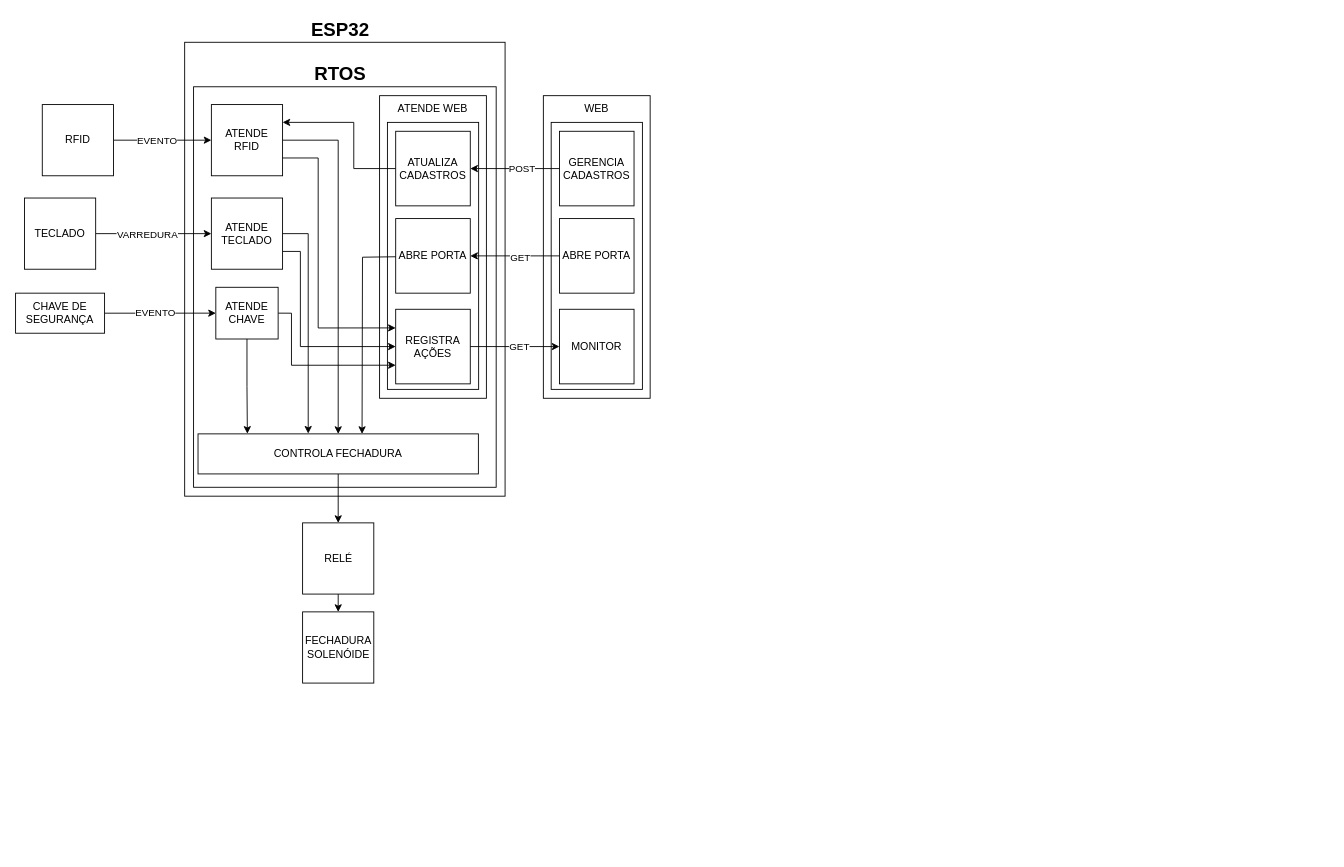
Earlier version of the draw.io diagram Projeto/diagrama_de_relacoes_hw-sw.drawio (eduardo-ufmg/EEE026_SisEmbutidos). Source tidied: cells renumbered, new cells numbered last; positions are measured from the earlier drawing's top-left corner, leaving out a move shared by most shapes. Both pictures are drawn from the tidied source at 89%, with x=0, y=0 at pixel (15, 15).
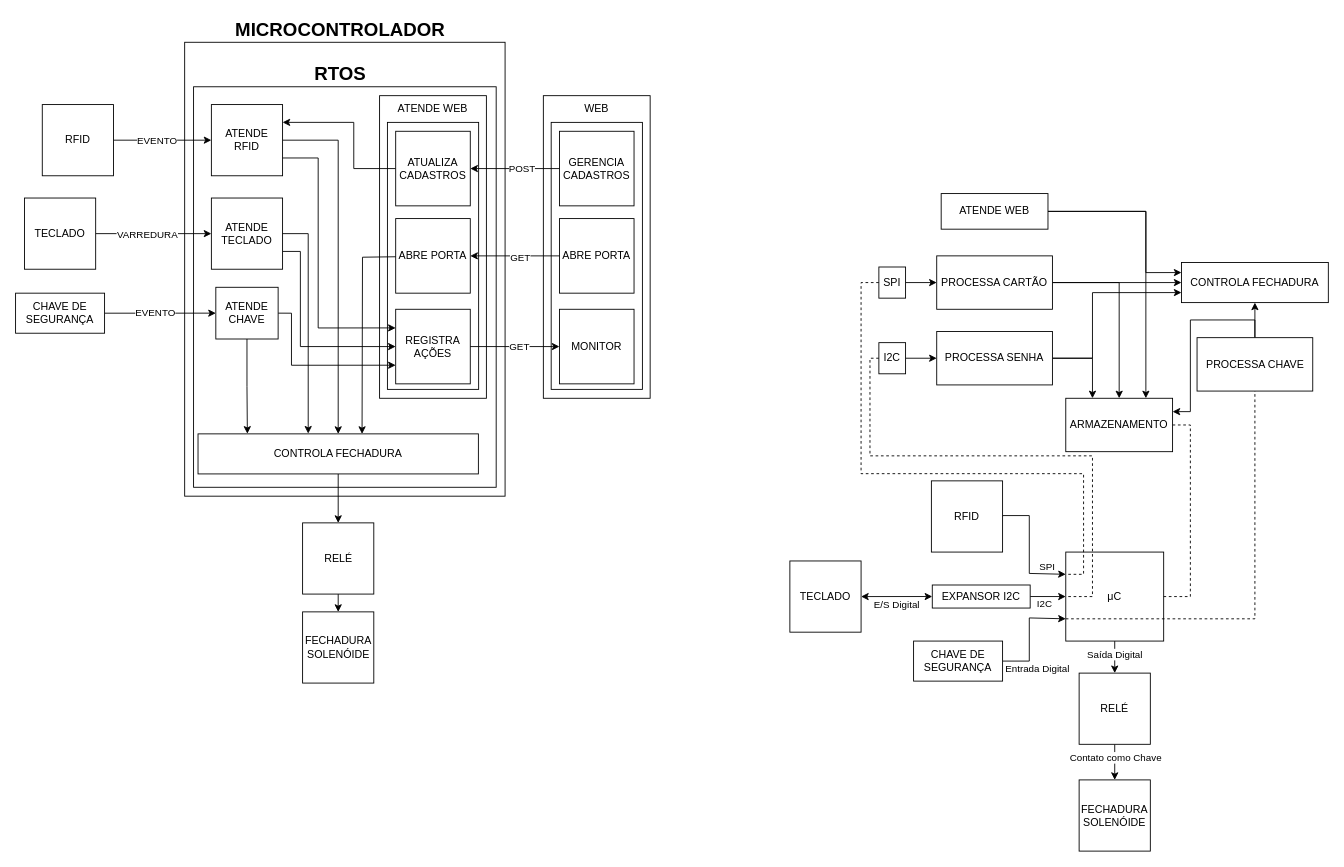
After the change.

Diff of the diagram source:
```diff
@@
-    <mxCell id="3" value="&lt;b&gt;&lt;font style=&quot;font-size: 21px;&quot;&gt;ESP32&lt;/font&gt;&lt;/b&gt;" style="text;html=1;align=center;verticalAlign=middle;whiteSpace=wrap;rounded=0;" parent="1" vertex="1">
+    <mxCell id="3" value="&lt;b&gt;&lt;font style=&quot;font-size: 21px;&quot;&gt;MICROCONTROLADOR&lt;/font&gt;&lt;/b&gt;" style="text;html=1;align=center;verticalAlign=middle;whiteSpace=wrap;rounded=0;" parent="1" vertex="1">
       <mxGeometry x="335" width="60" height="30" as="geometry" />
     </mxCell>
@@
+    <mxCell id="49" style="edgeStyle=orthogonalEdgeStyle;rounded=0;jettySize=auto;html=1;exitX=0.5;exitY=1;exitDx=0;exitDy=0;entryX=0.5;entryY=0;entryDx=0;entryDy=0;" parent="1" edge="1" source="51" target="52">
+      <mxGeometry relative="1" as="geometry" />
+    </mxCell>
+    <mxCell id="50" value="Contato como Chave" style="edgeLabel;html=1;align=center;verticalAlign=middle;rotation=0;" parent="49" vertex="1">
+      <mxGeometry x="-0.04" y="2" relative="1" as="geometry">
+        <mxPoint x="-2" y="-4" as="offset" />
+      </mxGeometry>
+    </mxCell>
+    <mxCell id="51" value="RELÉ" style="whiteSpace=wrap;html=1;rotation=0;" parent="1" vertex="1">
+      <mxGeometry x="1195" y="738.8" width="80" height="80" as="geometry" />
+    </mxCell>
+    <mxCell id="52" value="FECHADURA SOLENÓIDE" style="whiteSpace=wrap;html=1;rotation=0;" parent="1" vertex="1">
+      <mxGeometry x="1195" y="858.8" width="80" height="80" as="geometry" />
+    </mxCell>
+    <mxCell id="53" style="edgeStyle=orthogonalEdgeStyle;rounded=0;jettySize=auto;html=1;exitX=0.5;exitY=1;exitDx=0;exitDy=0;entryX=0.5;entryY=0;entryDx=0;entryDy=0;" parent="1" edge="1" source="55" target="51">
+      <mxGeometry relative="1" as="geometry" />
+    </mxCell>
+    <mxCell id="54" value="Saída Digital" style="edgeLabel;html=1;align=center;verticalAlign=middle;rotation=0;" parent="53" vertex="1">
+      <mxGeometry x="-0.07" y="-1" relative="1" as="geometry">
+        <mxPoint y="-2" as="offset" />
+      </mxGeometry>
+    </mxCell>
+    <mxCell id="55" value="&lt;span lang=&quot;pt&quot; class=&quot;BxUVEf ILfuVd&quot;&gt;&lt;span class=&quot;hgKElc&quot;&gt;μC&lt;/span&gt;&lt;/span&gt;" style="rounded=0;whiteSpace=wrap;html=1;rotation=0;" parent="1" vertex="1">
+      <mxGeometry x="1180" y="602.8" width="110" height="100" as="geometry" />
+    </mxCell>
+    <mxCell id="56" style="edgeStyle=orthogonalEdgeStyle;rounded=0;jettySize=auto;html=1;exitX=1;exitY=0.5;exitDx=0;exitDy=0;entryX=0;entryY=0.25;entryDx=0;entryDy=0;" parent="1" edge="1" source="58" target="55">
+      <mxGeometry relative="1" as="geometry">
+        <Array as="points">
+          <mxPoint x="1139" y="561.8" />
+          <mxPoint x="1139" y="626.8" />
+        </Array>
+      </mxGeometry>
+    </mxCell>
+    <mxCell id="57" value="SPI" style="edgeLabel;html=1;align=center;verticalAlign=middle;rotation=0;" parent="56" vertex="1">
+      <mxGeometry x="-0.78" relative="1" as="geometry">
+        <mxPoint x="35" y="57" as="offset" />
+      </mxGeometry>
+    </mxCell>
+    <mxCell id="58" value="RFID" style="whiteSpace=wrap;html=1;rotation=0;" parent="1" vertex="1">
+      <mxGeometry x="1029" y="522.8" width="80" height="80" as="geometry" />
+    </mxCell>
+    <mxCell id="59" style="edgeStyle=orthogonalEdgeStyle;rounded=0;jettySize=auto;html=1;exitX=1;exitY=0.5;exitDx=0;exitDy=0;entryX=0;entryY=0.75;entryDx=0;entryDy=0;" parent="1" edge="1" source="61" target="55">
+      <mxGeometry relative="1" as="geometry">
+        <Array as="points">
+          <mxPoint x="1139" y="724.8" />
+          <mxPoint x="1139" y="676.8" />
+        </Array>
+      </mxGeometry>
+    </mxCell>
+    <mxCell id="60" value="Entrada Digital" style="edgeLabel;html=1;align=center;verticalAlign=middle;rotation=0;" parent="59" vertex="1">
+      <mxGeometry x="-0.06" relative="1" as="geometry">
+        <mxPoint x="8" y="34" as="offset" />
+      </mxGeometry>
+    </mxCell>
+    <mxCell id="61" value="CHAVE DE SEGURANÇA" style="rounded=0;whiteSpace=wrap;html=1;rotation=0;" parent="1" vertex="1">
+      <mxGeometry x="1009" y="702.8" width="100" height="45" as="geometry" />
+    </mxCell>
+    <mxCell id="62" style="edgeStyle=orthogonalEdgeStyle;rounded=0;jettySize=auto;html=1;exitX=1;exitY=0.5;exitDx=0;exitDy=0;entryX=0;entryY=0.5;entryDx=0;entryDy=0;startArrow=classic;startFill=1;" parent="1" edge="1" source="64" target="67">
+      <mxGeometry relative="1" as="geometry" />
+    </mxCell>
+    <mxCell id="63" value="E/S Digital" style="edgeLabel;html=1;align=center;verticalAlign=middle;rotation=0;" parent="62" vertex="1">
+      <mxGeometry x="-0.2" relative="1" as="geometry">
+        <mxPoint x="8" y="9" as="offset" />
+      </mxGeometry>
+    </mxCell>
+    <mxCell id="64" value="TECLADO" style="whiteSpace=wrap;html=1;rotation=0;" parent="1" vertex="1">
+      <mxGeometry x="870" y="612.8" width="80" height="80" as="geometry" />
+    </mxCell>
+    <mxCell id="65" style="edgeStyle=orthogonalEdgeStyle;rounded=0;jettySize=auto;html=1;exitX=1;exitY=0.5;exitDx=0;exitDy=0;entryX=0;entryY=0.5;entryDx=0;entryDy=0;" parent="1" edge="1" source="67" target="55">
+      <mxGeometry relative="1" as="geometry" />
+    </mxCell>
+    <mxCell id="66" value="I2C" style="edgeLabel;html=1;align=center;verticalAlign=middle;rotation=0;" parent="65" vertex="1">
+      <mxGeometry x="-0.19" y="-1" relative="1" as="geometry">
+        <mxPoint y="7" as="offset" />
+      </mxGeometry>
+    </mxCell>
+    <mxCell id="67" value="EXPANSOR I2C" style="rounded=0;whiteSpace=wrap;html=1;rotation=0;" parent="1" vertex="1">
+      <mxGeometry x="1030" y="639.8" width="110" height="25.9" as="geometry" />
+    </mxCell>
+    <mxCell id="68" style="edgeStyle=orthogonalEdgeStyle;rounded=0;jettySize=auto;html=1;exitX=1;exitY=0.5;exitDx=0;exitDy=0;entryX=0;entryY=0.5;entryDx=0;entryDy=0;" parent="1" edge="1" source="70" target="76">
+      <mxGeometry relative="1" as="geometry" />
+    </mxCell>
+    <mxCell id="69" style="edgeStyle=orthogonalEdgeStyle;rounded=0;jettySize=auto;html=1;exitX=0;exitY=0.5;exitDx=0;exitDy=0;entryX=0;entryY=0.25;entryDx=0;entryDy=0;dashed=1;endArrow=none;endFill=0;" parent="1" edge="1" source="70" target="55">
+      <mxGeometry relative="1" as="geometry">
+        <Array as="points">
+          <mxPoint x="950" y="299.7" />
+          <mxPoint x="950" y="514.7" />
+          <mxPoint x="1200" y="514.7" />
+          <mxPoint x="1200" y="627.7" />
+        </Array>
+      </mxGeometry>
+    </mxCell>
+    <mxCell id="70" value="SPI" style="rounded=0;whiteSpace=wrap;html=1;" parent="1" vertex="1">
+      <mxGeometry x="970" y="282.5" width="30" height="35" as="geometry" />
+    </mxCell>
+    <mxCell id="71" style="edgeStyle=orthogonalEdgeStyle;rounded=0;jettySize=auto;html=1;exitX=1;exitY=0.5;exitDx=0;exitDy=0;entryX=0;entryY=0.5;entryDx=0;entryDy=0;" parent="1" edge="1" source="73" target="79">
+      <mxGeometry relative="1" as="geometry" />
+    </mxCell>
+    <mxCell id="72" style="edgeStyle=orthogonalEdgeStyle;rounded=0;jettySize=auto;html=1;exitX=0;exitY=0.5;exitDx=0;exitDy=0;entryX=0;entryY=0.5;entryDx=0;entryDy=0;dashed=1;endArrow=none;endFill=0;" parent="1" edge="1" source="73" target="55">
+      <mxGeometry relative="1" as="geometry">
+        <Array as="points">
+          <mxPoint x="960" y="384.7" />
+          <mxPoint x="960" y="494.7" />
+          <mxPoint x="1210" y="494.7" />
+          <mxPoint x="1210" y="652.7" />
+        </Array>
+      </mxGeometry>
+    </mxCell>
+    <mxCell id="73" value="I2C" style="rounded=0;whiteSpace=wrap;html=1;" parent="1" vertex="1">
+      <mxGeometry x="970" y="367.5" width="30" height="35" as="geometry" />
+    </mxCell>
+    <mxCell id="74" style="edgeStyle=orthogonalEdgeStyle;rounded=0;jettySize=auto;html=1;exitX=1;exitY=0.5;exitDx=0;exitDy=0;entryX=0;entryY=0.5;entryDx=0;entryDy=0;" parent="1" edge="1" source="76" target="82">
+      <mxGeometry relative="1" as="geometry" />
+    </mxCell>
+    <mxCell id="75" style="edgeStyle=orthogonalEdgeStyle;rounded=0;jettySize=auto;html=1;exitX=1;exitY=0.5;exitDx=0;exitDy=0;entryX=0.5;entryY=0;entryDx=0;entryDy=0;" parent="1" edge="1" source="76" target="81">
+      <mxGeometry relative="1" as="geometry" />
+    </mxCell>
+    <mxCell id="76" value="PROCESSA CARTÃO" style="rounded=0;whiteSpace=wrap;html=1;" parent="1" vertex="1">
+      <mxGeometry x="1035" y="270" width="130" height="60" as="geometry" />
+    </mxCell>
+    <mxCell id="77" style="edgeStyle=orthogonalEdgeStyle;rounded=0;jettySize=auto;html=1;exitX=1;exitY=0.5;exitDx=0;exitDy=0;entryX=0;entryY=0.75;entryDx=0;entryDy=0;" parent="1" edge="1" source="79" target="82">
+      <mxGeometry relative="1" as="geometry">
+        <Array as="points">
+          <mxPoint x="1210" y="385" />
+          <mxPoint x="1210" y="311" />
+        </Array>
+      </mxGeometry>
+    </mxCell>
+    <mxCell id="78" style="edgeStyle=orthogonalEdgeStyle;rounded=0;jettySize=auto;html=1;exitX=1;exitY=0.5;exitDx=0;exitDy=0;entryX=0.25;entryY=0;entryDx=0;entryDy=0;" parent="1" edge="1" source="79" target="81">
+      <mxGeometry relative="1" as="geometry" />
+    </mxCell>
+    <mxCell id="79" value="PROCESSA SENHA" style="rounded=0;whiteSpace=wrap;html=1;" parent="1" vertex="1">
+      <mxGeometry x="1035" y="355" width="130" height="60" as="geometry" />
+    </mxCell>
+    <mxCell id="80" style="edgeStyle=orthogonalEdgeStyle;rounded=0;jettySize=auto;html=1;exitX=1;exitY=0.5;exitDx=0;exitDy=0;entryX=1;entryY=0.5;entryDx=0;entryDy=0;dashed=1;endArrow=none;endFill=0;" parent="1" edge="1" source="81" target="55">
+      <mxGeometry relative="1" as="geometry" />
+    </mxCell>
+    <mxCell id="81" value="ARMAZENAMENTO" style="rounded=0;whiteSpace=wrap;html=1;" parent="1" vertex="1">
+      <mxGeometry x="1180" y="430" width="120" height="60" as="geometry" />
+    </mxCell>
+    <mxCell id="82" value="CONTROLA FECHADURA" style="rounded=0;whiteSpace=wrap;html=1;" parent="1" vertex="1">
+      <mxGeometry x="1310" y="277.5" width="165" height="45" as="geometry" />
+    </mxCell>
+    <mxCell id="83" style="edgeStyle=orthogonalEdgeStyle;rounded=0;jettySize=auto;html=1;exitX=1;exitY=0.5;exitDx=0;exitDy=0;entryX=0;entryY=0.25;entryDx=0;entryDy=0;" parent="1" edge="1" source="85" target="82">
+      <mxGeometry relative="1" as="geometry">
+        <Array as="points">
+          <mxPoint x="1270" y="220" />
+          <mxPoint x="1270" y="289" />
+        </Array>
+      </mxGeometry>
+    </mxCell>
+    <mxCell id="84" style="edgeStyle=orthogonalEdgeStyle;rounded=0;jettySize=auto;html=1;exitX=1;exitY=0.5;exitDx=0;exitDy=0;entryX=0.75;entryY=0;entryDx=0;entryDy=0;" parent="1" edge="1" source="85" target="81">
+      <mxGeometry relative="1" as="geometry" />
+    </mxCell>
+    <mxCell id="85" value="ATENDE WEB" style="rounded=0;whiteSpace=wrap;html=1;" parent="1" vertex="1">
+      <mxGeometry x="1040" y="200" width="120" height="40" as="geometry" />
+    </mxCell>
+    <mxCell id="86" style="edgeStyle=orthogonalEdgeStyle;rounded=0;jettySize=auto;html=1;exitX=0.5;exitY=0;exitDx=0;exitDy=0;entryX=0.5;entryY=1;entryDx=0;entryDy=0;" parent="1" edge="1" source="88" target="82">
+      <mxGeometry relative="1" as="geometry" />
+    </mxCell>
+    <mxCell id="87" style="edgeStyle=orthogonalEdgeStyle;rounded=0;jettySize=auto;html=1;exitX=0.5;exitY=0;exitDx=0;exitDy=0;entryX=1;entryY=0.25;entryDx=0;entryDy=0;" parent="1" edge="1" source="88" target="81">
+      <mxGeometry relative="1" as="geometry">
+        <Array as="points">
+          <mxPoint x="1393" y="342" />
+          <mxPoint x="1320" y="342" />
+          <mxPoint x="1320" y="445" />
+        </Array>
+      </mxGeometry>
+    </mxCell>
+    <mxCell id="88" value="PROCESSA CHAVE" style="rounded=0;whiteSpace=wrap;html=1;" parent="1" vertex="1">
+      <mxGeometry x="1327.5" y="361.9" width="130" height="60" as="geometry" />
+    </mxCell>
+    <mxCell id="89" style="edgeStyle=orthogonalEdgeStyle;rounded=0;jettySize=auto;html=1;exitX=0;exitY=0.75;exitDx=0;exitDy=0;entryX=0.5;entryY=1;entryDx=0;entryDy=0;dashed=1;endArrow=none;endFill=0;" parent="1" edge="1" source="55" target="88">
+      <mxGeometry relative="1" as="geometry">
+        <Array as="points">
+          <mxPoint x="1393" y="677.8" />
+        </Array>
+      </mxGeometry>
+    </mxCell>
```
